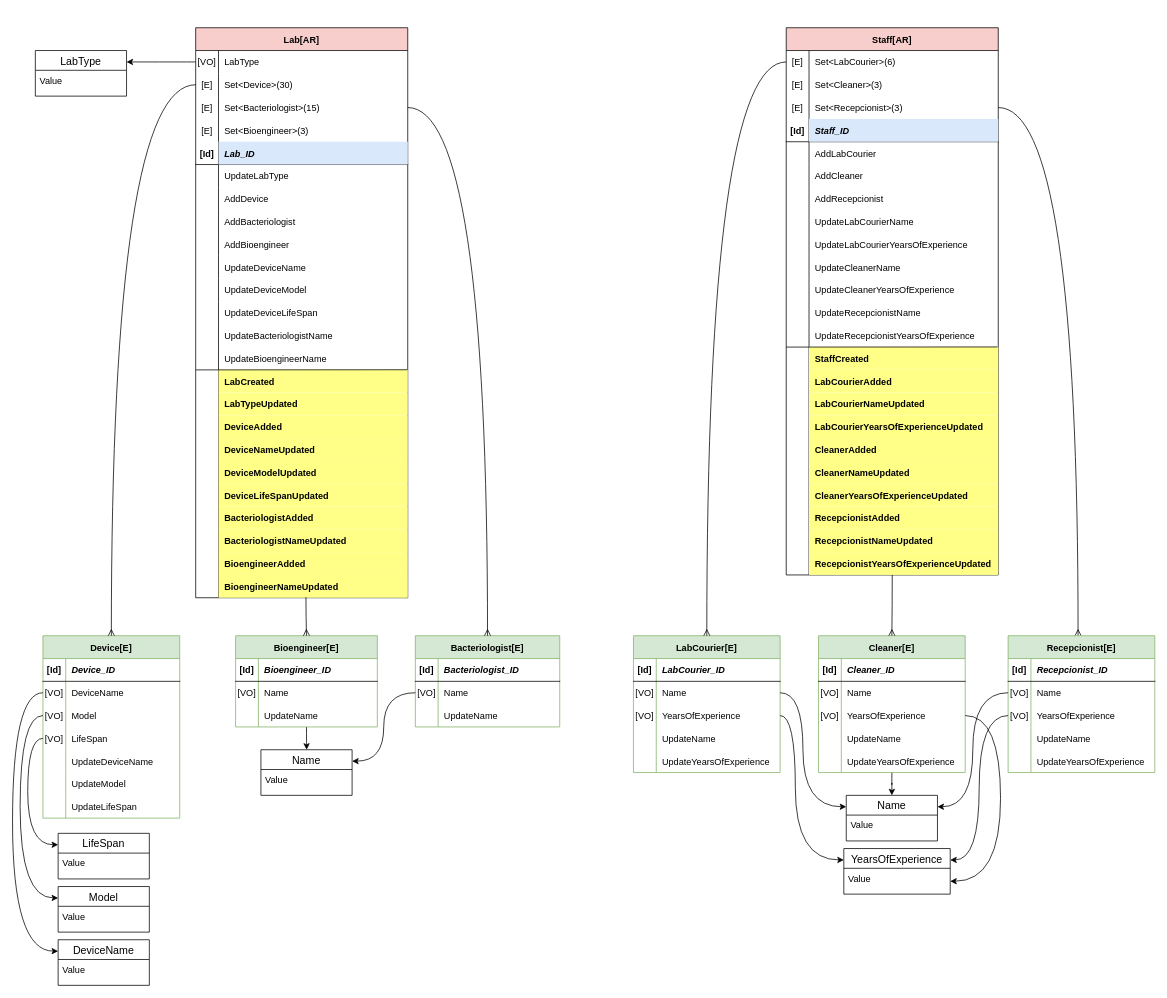
This is page "Model" (3 of 4) of src/main/java/MedalloLab.drawio from jpabloallin/medellinLabDDD, a draw.io file, before an edit. Source tidied: cells renumbered, new cells numbered last; positions are measured from the earlier drawing's top-left corner, leaving out a move shared by most shapes. Both pictures are drawn from the tidied source at 76%, with x=0, y=0 at pixel (12, 27).
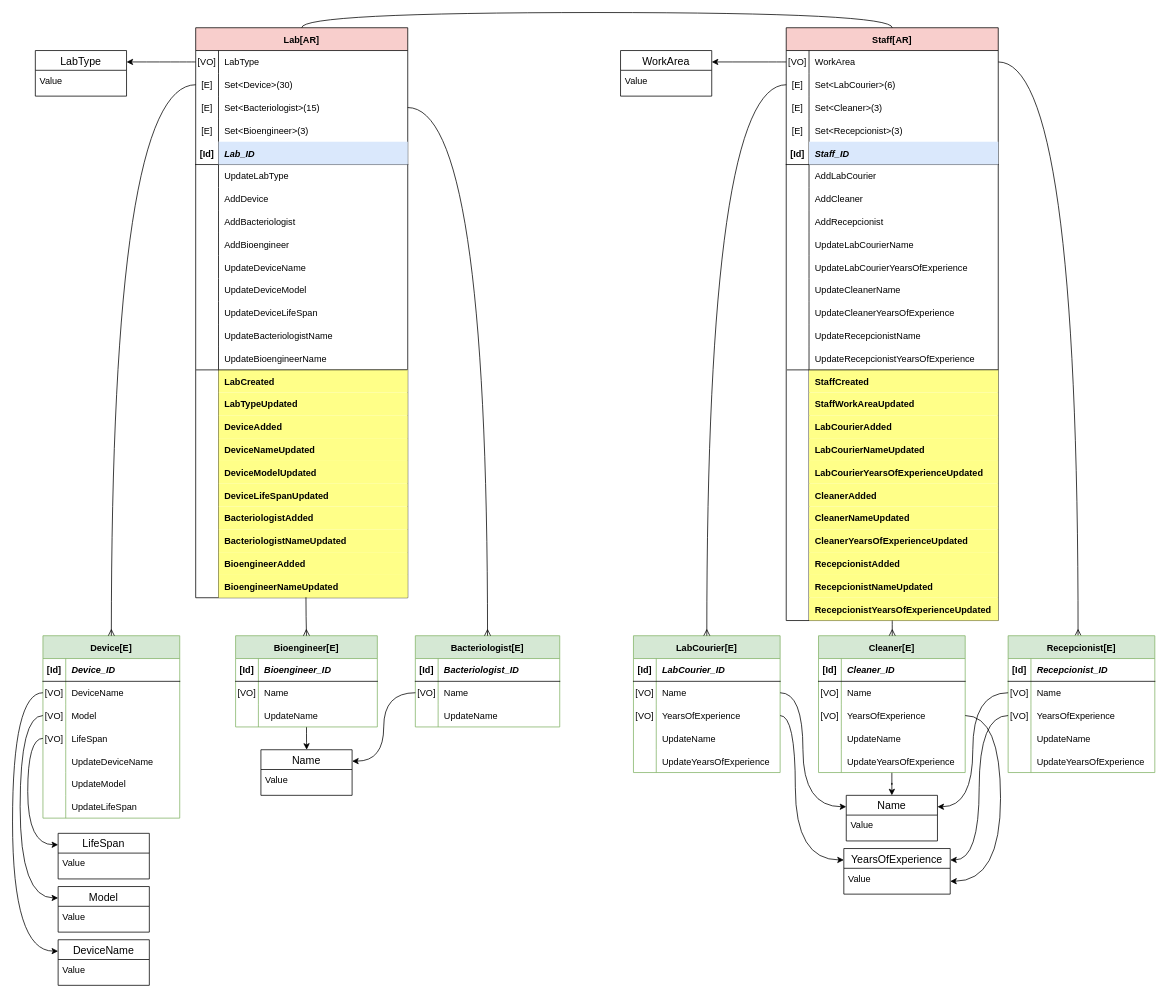
After the change.

The change refers to these unchanged cells:
```xml
<mxCell id="25" value="Lab[AR]" style="shape=table;startSize=30;childLayout=tableLayout;rowLines=0;fontStyle=1;align=center;fillColor=#f8cecc;strokeColor=#000000;" parent="24" vertex="1">
  <mxGeometry x="1" width="279" height="750" as="geometry" />
</mxCell>
<mxCell id="154" style="group;" parent="1" vertex="1">
  <mxGeometry x="1017" width="280" height="750" as="geometry" />
</mxCell>
```

Change to the diagram source:
```diff
@@
     <mxCell id="155" value="Staff[AR]" style="shape=table;startSize=30;childLayout=tableLayout;rowLines=0;fontStyle=1;align=center;fillColor=#f8cecc;strokeColor=#000000;" parent="154" vertex="1">
-      <mxGeometry x="1" width="279" height="720" as="geometry" />
+      <mxGeometry x="1" width="279" height="780" as="geometry" />
     </mxCell>
+    <mxCell id="162" style="shape=partialRectangle;fillColor=none;top=0;left=0;bottom=0;right=0;points=[[0,0.5],[1,0.5]];portConstraint=eastwest;" parent="155" vertex="1">
+      <mxGeometry y="30" width="279" height="30" as="geometry" />
+    </mxCell>
+    <mxCell id="163" value="[VO]" style="shape=partialRectangle;fillColor=none;top=0;left=0;bottom=0;right=0;overflow=hidden;" parent="162" vertex="1">
+      <mxGeometry width="30" height="30" as="geometry" />
+    </mxCell>
+    <mxCell id="164" value="WorkArea" style="shape=partialRectangle;fillColor=none;top=0;left=0;bottom=0;right=0;align=left;spacingLeft=6;overflow=hidden;" parent="162" vertex="1">
+      <mxGeometry x="30" width="249" height="30" as="geometry" />
+    </mxCell>
     <mxCell id="156" style="shape=partialRectangle;fillColor=none;top=0;left=0;bottom=0;right=0;points=[[0,0.5],[1,0.5]];portConstraint=eastwest;" parent="155" vertex="1">
-      <mxGeometry y="30" width="279" height="30" as="geometry" />
+      <mxGeometry y="60" width="279" height="30" as="geometry" />
     </mxCell>
@@
     <mxCell id="159" style="shape=partialRectangle;fillColor=none;top=0;left=0;bottom=0;right=0;" parent="155" vertex="1">
-      <mxGeometry y="60" width="279" height="30" as="geometry" />
+      <mxGeometry y="90" width="279" height="30" as="geometry" />
     </mxCell>
@@
-    <mxCell id="162" style="shape=partialRectangle;fillColor=none;top=0;left=0;bottom=0;right=0;points=[[0,0.5],[1,0.5]];portConstraint=eastwest;" parent="155" vertex="1">
-      <mxGeometry y="90" width="279" height="30" as="geometry" />
-    </mxCell>
-    <mxCell id="163" value="[E]" style="shape=partialRectangle;fillColor=none;top=0;left=0;bottom=0;right=0;overflow=hidden;" parent="162" vertex="1">
-      <mxGeometry width="30" height="30" as="geometry" />
-    </mxCell>
-    <mxCell id="164" value="Set&lt;Recepcionist&gt;(3)" style="shape=partialRectangle;fillColor=none;top=0;left=0;bottom=0;right=0;align=left;spacingLeft=6;overflow=hidden;" parent="162" vertex="1">
-      <mxGeometry x="30" width="249" height="30" as="geometry" />
-    </mxCell>
+    <mxCell id="271" style="shape=partialRectangle;fillColor=none;top=0;left=0;bottom=0;right=0;" parent="155" vertex="1">
+      <mxGeometry y="120" width="279" height="30" as="geometry" />
+    </mxCell>
+    <mxCell id="272" value="[E]" style="shape=partialRectangle;fillColor=none;top=0;left=0;bottom=0;right=0;overflow=hidden;" parent="271" vertex="1">
+      <mxGeometry width="30" height="30" as="geometry" />
+    </mxCell>
+    <mxCell id="273" value="Set&lt;Recepcionist&gt;(3)" style="shape=partialRectangle;fillColor=none;top=0;left=0;bottom=0;right=0;align=left;spacingLeft=6;overflow=hidden;" parent="271" vertex="1">
+      <mxGeometry x="30" width="249" height="30" as="geometry" />
+    </mxCell>
     <mxCell id="165" style="shape=partialRectangle;fillColor=none;top=0;left=0;bottom=1;right=0;" parent="155" vertex="1">
-      <mxGeometry y="120" width="279" height="30" as="geometry" />
+      <mxGeometry y="150" width="279" height="30" as="geometry" />
     </mxCell>
@@
     <mxCell id="168" style="shape=partialRectangle;fillColor=none;top=0;left=0;bottom=0;right=0;fontSize=14;verticalAlign=top;" parent="155" vertex="1">
-      <mxGeometry y="150" width="279" height="30" as="geometry" />
+      <mxGeometry y="180" width="279" height="30" as="geometry" />
     </mxCell>
@@
     <mxCell id="171" style="shape=partialRectangle;fillColor=none;top=0;left=0;bottom=0;right=0;fontSize=11;verticalAlign=top;" parent="155" vertex="1">
-      <mxGeometry y="180" width="279" height="30" as="geometry" />
+      <mxGeometry y="210" width="279" height="30" as="geometry" />
     </mxCell>
@@
     <mxCell id="174" style="shape=partialRectangle;fillColor=none;top=0;left=0;bottom=0;right=0;fontSize=11;verticalAlign=top;" parent="155" vertex="1">
-      <mxGeometry y="210" width="279" height="30" as="geometry" />
+      <mxGeometry y="240" width="279" height="30" as="geometry" />
     </mxCell>
@@
     <mxCell id="177" style="shape=partialRectangle;fillColor=none;top=0;left=0;bottom=0;right=0;fontSize=14;" parent="155" vertex="1">
-      <mxGeometry y="240" width="279" height="30" as="geometry" />
+      <mxGeometry y="270" width="279" height="30" as="geometry" />
     </mxCell>
@@
     <mxCell id="180" style="shape=partialRectangle;fillColor=none;top=0;left=0;bottom=0;right=0;fontSize=14;" parent="155" vertex="1">
-      <mxGeometry y="270" width="279" height="30" as="geometry" />
+      <mxGeometry y="300" width="279" height="30" as="geometry" />
     </mxCell>
@@
     <mxCell id="183" style="shape=partialRectangle;fillColor=none;top=0;left=0;bottom=0;right=0;fontSize=14;" parent="155" vertex="1">
-      <mxGeometry y="300" width="279" height="30" as="geometry" />
+      <mxGeometry y="330" width="279" height="30" as="geometry" />
     </mxCell>
@@
     <mxCell id="186" style="shape=partialRectangle;fillColor=none;top=0;left=0;bottom=0;right=0;fontSize=14;" parent="155" vertex="1">
-      <mxGeometry y="330" width="279" height="30" as="geometry" />
+      <mxGeometry y="360" width="279" height="30" as="geometry" />
     </mxCell>
@@
     <mxCell id="189" style="shape=partialRectangle;fillColor=none;top=0;left=0;bottom=0;right=0;fontSize=14;" parent="155" vertex="1">
-      <mxGeometry y="360" width="279" height="30" as="geometry" />
+      <mxGeometry y="390" width="279" height="30" as="geometry" />
     </mxCell>
@@
     <mxCell id="192" style="shape=partialRectangle;fillColor=none;top=0;left=0;bottom=0;right=0;fontSize=14;" parent="155" vertex="1">
-      <mxGeometry y="390" width="279" height="30" as="geometry" />
+      <mxGeometry y="420" width="279" height="30" as="geometry" />
     </mxCell>
@@
+    <mxCell id="274" style="shape=partialRectangle;fillColor=none;top=0;left=0;bottom=0;right=0;fontSize=14;verticalAlign=top;" parent="155" vertex="1">
+      <mxGeometry y="450" width="279" height="30" as="geometry" />
+    </mxCell>
+    <mxCell id="275" style="shape=partialRectangle;fillColor=none;top=0;left=0;bottom=0;right=0;overflow=hidden;" parent="274" vertex="1">
+      <mxGeometry width="30" height="30" as="geometry" />
+    </mxCell>
+    <mxCell id="276" value="StaffCreated" style="shape=partialRectangle;fillColor=#ffff88;top=0;left=0;bottom=0;right=0;align=left;spacingLeft=6;overflow=hidden;fontStyle=1;strokeColor=#36393d;" parent="274" vertex="1">
+      <mxGeometry x="30" width="249" height="30" as="geometry" />
+    </mxCell>
     <mxCell id="195" style="shape=partialRectangle;fillColor=none;top=0;left=0;bottom=0;right=0;fontSize=14;verticalAlign=top;" parent="155" vertex="1">
-      <mxGeometry y="420" width="279" height="30" as="geometry" />
+      <mxGeometry y="480" width="279" height="30" as="geometry" />
     </mxCell>
@@
-    <mxCell id="197" value="StaffCreated" style="shape=partialRectangle;fillColor=#ffff88;top=0;left=0;bottom=0;right=0;align=left;spacingLeft=6;overflow=hidden;fontStyle=1;strokeColor=#36393d;" parent="195" vertex="1">
+    <mxCell id="197" value="StaffWorkAreaUpdated" style="shape=partialRectangle;fillColor=#ffff88;top=0;left=0;bottom=0;right=0;align=left;spacingLeft=6;overflow=hidden;fontStyle=1;strokeColor=#36393d;" parent="195" vertex="1">
       <mxGeometry x="30" width="249" height="30" as="geometry" />
     </mxCell>
     <mxCell id="198" style="shape=partialRectangle;fillColor=none;top=0;left=0;bottom=0;right=0;fontSize=14;verticalAlign=top;fontStyle=1;" parent="155" vertex="1">
-      <mxGeometry y="450" width="279" height="30" as="geometry" />
+      <mxGeometry y="510" width="279" height="30" as="geometry" />
     </mxCell>
@@
     <mxCell id="201" style="shape=partialRectangle;fillColor=none;top=0;left=0;bottom=0;right=0;fontSize=14;verticalAlign=top;fontStyle=1;" parent="155" vertex="1">
-      <mxGeometry y="480" width="279" height="30" as="geometry" />
+      <mxGeometry y="540" width="279" height="30" as="geometry" />
     </mxCell>
@@
     <mxCell id="204" style="shape=partialRectangle;fillColor=none;top=0;left=0;bottom=0;right=0;fontSize=14;verticalAlign=top;fontStyle=1;" parent="155" vertex="1">
-      <mxGeometry y="510" width="279" height="30" as="geometry" />
+      <mxGeometry y="570" width="279" height="30" as="geometry" />
     </mxCell>
@@
     <mxCell id="207" style="shape=partialRectangle;fillColor=none;top=0;left=0;bottom=0;right=0;fontSize=14;verticalAlign=top;fontStyle=1;" parent="155" vertex="1">
-      <mxGeometry y="540" width="279" height="30" as="geometry" />
+      <mxGeometry y="600" width="279" height="30" as="geometry" />
     </mxCell>
@@
     <mxCell id="210" style="shape=partialRectangle;fillColor=none;top=0;left=0;bottom=0;right=0;fontSize=14;verticalAlign=top;fontStyle=1;" parent="155" vertex="1">
-      <mxGeometry y="570" width="279" height="30" as="geometry" />
+      <mxGeometry y="630" width="279" height="30" as="geometry" />
     </mxCell>
@@
     <mxCell id="213" style="shape=partialRectangle;fillColor=none;top=0;left=0;bottom=0;right=0;fontSize=14;verticalAlign=top;fontStyle=1;" parent="155" vertex="1">
-      <mxGeometry y="600" width="279" height="30" as="geometry" />
+      <mxGeometry y="660" width="279" height="30" as="geometry" />
     </mxCell>
@@
     <mxCell id="216" style="shape=partialRectangle;fillColor=none;top=0;left=0;bottom=0;right=0;fontSize=14;verticalAlign=top;fontStyle=1;" parent="155" vertex="1">
-      <mxGeometry y="630" width="279" height="30" as="geometry" />
+      <mxGeometry y="690" width="279" height="30" as="geometry" />
     </mxCell>
@@
     <mxCell id="219" style="shape=partialRectangle;fillColor=none;top=0;left=0;bottom=0;right=0;fontSize=14;verticalAlign=top;fontStyle=1;" parent="155" vertex="1">
-      <mxGeometry y="660" width="279" height="30" as="geometry" />
+      <mxGeometry y="720" width="279" height="30" as="geometry" />
     </mxCell>
@@
     <mxCell id="222" style="shape=partialRectangle;fillColor=none;top=0;left=0;bottom=0;right=0;fontSize=14;verticalAlign=top;fontStyle=1;" parent="155" vertex="1">
-      <mxGeometry y="690" width="279" height="30" as="geometry" />
+      <mxGeometry y="750" width="279" height="30" as="geometry" />
     </mxCell>
@@
     <mxCell id="225" style="endArrow=none;html=1;rounded=0;fontSize=13;" parent="154" edge="1">
       <mxGeometry relative="1" as="geometry">
-        <mxPoint x="1" y="420.2" as="sourcePoint" />
-        <mxPoint x="279" y="420" as="targetPoint" />
+        <mxPoint x="2" y="450.2" as="sourcePoint" />
+        <mxPoint x="280" y="450" as="targetPoint" />
       </mxGeometry>
     </mxCell>
@@
+    <mxCell id="277" value="WorkArea" style="swimlane;fontStyle=0;horizontal=1;startSize=26;align=center;fontSize=14;strokeColor=#000000;" parent="1" vertex="1">
+      <mxGeometry x="800" y="30" width="120" height="60" as="geometry" />
+    </mxCell>
+    <mxCell id="278" value="Value" style="text;strokeColor=none;fillColor=none;spacingLeft=4;spacingRight=4;overflow=hidden;fontSize=12;" parent="277" vertex="1">
+      <mxGeometry y="26" width="120" height="34" as="geometry" />
+    </mxCell>
+    <mxCell id="279" style="edgeStyle=orthogonalEdgeStyle;curved=1;rounded=0;jettySize=auto;html=1;entryX=1;entryY=0.25;entryDx=0;entryDy=0;fontSize=24;startArrow=none;startFill=0;endArrow=classic;endFill=1;" parent="1" edge="1" source="162" target="277">
+      <mxGeometry relative="1" as="geometry" />
+    </mxCell>
+    <mxCell id="280" style="edgeStyle=orthogonalEdgeStyle;curved=1;rounded=0;jettySize=auto;html=1;entryX=0.5;entryY=0;entryDx=0;entryDy=0;fontSize=24;startArrow=none;startFill=0;endArrow=none;endFill=0;exitX=0.5;exitY=0;exitDx=0;exitDy=0;" parent="1" edge="1" source="25" target="155">
+      <mxGeometry relative="1" as="geometry" />
+    </mxCell>
```
